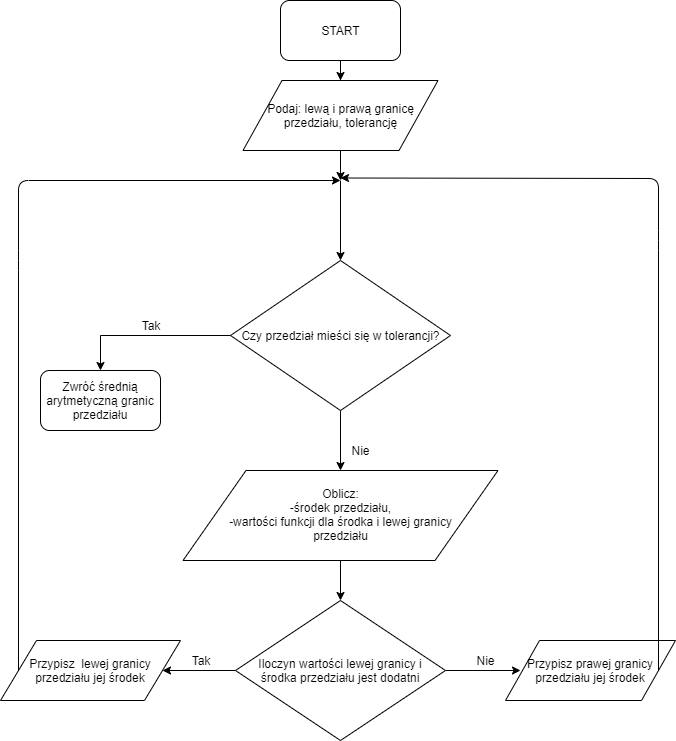
The draw.io diagram Bisekcja.png in finloop/biselect, before a commit. Source tidied: cells renumbered, new cells last; positions are measured from the earlier drawing's top-left corner, leaving out a move shared by most shapes.
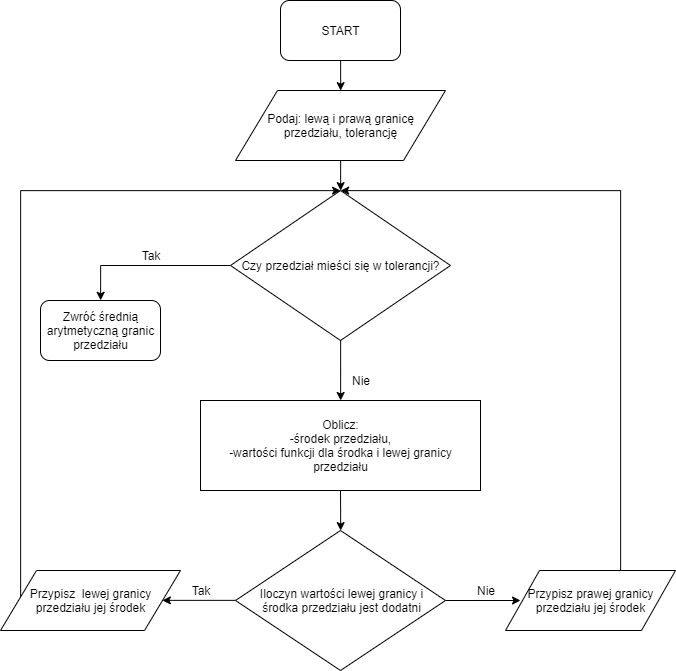
After the commit.

Diff of the diagram source:
```diff
@@ -2,8 +2,10 @@
   <root>
     <mxCell id="0" />
     <mxCell id="1" parent="0" />
-    <mxCell id="2" style="edgeStyle=orthogonalEdgeStyle;rounded=0;jettySize=auto;html=1;" parent="1" edge="1" source="3" target="9">
-      <mxGeometry relative="1" as="geometry" />
+    <mxCell id="2" style="edgeStyle=orthogonalEdgeStyle;rounded=0;jettySize=auto;html=1;" parent="1" edge="1" source="3">
+      <mxGeometry relative="1" as="geometry">
+        <mxPoint x="340.1" y="470" as="targetPoint" />
+      </mxGeometry>
     </mxCell>
     <mxCell id="3" value="Czy przedział mieści się w tolerancji?&lt;br&gt;" style="rhombus;whiteSpace=wrap;html=1;" parent="1" vertex="1">
       <mxGeometry x="230" y="260" width="220" height="150" as="geometry" />
@@ -24,12 +26,11 @@
     <mxCell id="7" value="Nie&lt;br&gt;" style="text;html=1;strokeColor=none;fillColor=none;align=center;verticalAlign=middle;whiteSpace=wrap;rounded=0;" parent="1" vertex="1">
       <mxGeometry x="340" y="440" width="40" height="20" as="geometry" />
     </mxCell>
-    <mxCell id="8" style="edgeStyle=orthogonalEdgeStyle;rounded=0;jettySize=auto;html=1;" parent="1" edge="1" source="9" target="12">
-      <mxGeometry relative="1" as="geometry" />
+    <mxCell id="8" style="edgeStyle=orthogonalEdgeStyle;rounded=0;jettySize=auto;html=1;" parent="1" edge="1" target="12">
+      <mxGeometry relative="1" as="geometry">
+        <mxPoint x="340" y="560" as="sourcePoint" />
+      </mxGeometry>
     </mxCell>
-    <mxCell id="9" value="Oblicz:&lt;br&gt;-środek przedziału,&lt;br&gt;-wartości funkcji dla środka i lewej granicy&lt;br&gt;przedziału" style="shape=parallelogram;perimeter=parallelogramPerimeter;whiteSpace=wrap;html=1;" parent="1" vertex="1">
-      <mxGeometry x="182.5" y="470" width="315" height="90" as="geometry" />
-    </mxCell>
     <mxCell id="10" style="edgeStyle=orthogonalEdgeStyle;rounded=0;jettySize=auto;html=1;entryX=1;entryY=0.5;entryDx=0;entryDy=0;" parent="1" edge="1" source="12" target="15">
       <mxGeometry relative="1" as="geometry" />
     </mxCell>
@@ -47,48 +48,41 @@
     <mxCell id="14" value="Nie" style="text;html=1;strokeColor=none;fillColor=none;align=center;verticalAlign=middle;whiteSpace=wrap;rounded=0;" parent="1" vertex="1">
       <mxGeometry x="465" y="650" width="40" height="20" as="geometry" />
     </mxCell>
+    <mxCell id="24" style="edgeStyle=orthogonalEdgeStyle;rounded=0;jettySize=auto;html=1;" parent="1" edge="1" source="15">
+      <mxGeometry relative="1" as="geometry">
+        <mxPoint x="340" y="260" as="targetPoint" />
+        <Array as="points">
+          <mxPoint x="20" y="260" />
+        </Array>
+      </mxGeometry>
+    </mxCell>
     <mxCell id="15" value="Przypisz&amp;nbsp; lewej granicy przedziału jej środek" style="shape=parallelogram;perimeter=parallelogramPerimeter;whiteSpace=wrap;html=1;" parent="1" vertex="1">
       <mxGeometry y="640" width="180" height="60" as="geometry" />
     </mxCell>
+    <mxCell id="25" style="edgeStyle=orthogonalEdgeStyle;rounded=0;jettySize=auto;html=1;entryX=0.5;entryY=0;entryDx=0;entryDy=0;" parent="1" edge="1" source="16" target="3">
+      <mxGeometry relative="1" as="geometry">
+        <Array as="points">
+          <mxPoint x="620" y="260" />
+        </Array>
+      </mxGeometry>
+    </mxCell>
     <mxCell id="16" value="&lt;span style=&quot;white-space: normal&quot;&gt;Przypisz prawej granicy przedziału jej środek&lt;/span&gt;" style="shape=parallelogram;perimeter=parallelogramPerimeter;whiteSpace=wrap;html=1;" parent="1" vertex="1">
       <mxGeometry x="505" y="640" width="170" height="60" as="geometry" />
     </mxCell>
-    <mxCell id="17" style="endArrow=classic;html=1;exitX=0;exitY=0.5;exitDx=0;exitDy=0;" parent="1" edge="1" source="15">
-      <mxGeometry relative="1" as="geometry">
-        <mxPoint x="340" y="180" as="targetPoint" />
-        <Array as="points">
-          <mxPoint x="18" y="260" />
-          <mxPoint x="18" y="180" />
-        </Array>
-      </mxGeometry>
-    </mxCell>
-    <mxCell id="18" style="endArrow=classic;html=1;entryX=0.5;entryY=0;entryDx=0;entryDy=0;" parent="1" edge="1" target="3">
-      <mxGeometry relative="1" as="geometry">
-        <mxPoint x="340" y="180" as="sourcePoint" />
-      </mxGeometry>
-    </mxCell>
-    <mxCell id="19" style="endArrow=classic;html=1;exitX=1;exitY=0.5;exitDx=0;exitDy=0;" parent="1" edge="1" source="16">
-      <mxGeometry relative="1" as="geometry">
-        <mxPoint x="340" y="177.5" as="targetPoint" />
-        <Array as="points">
-          <mxPoint x="658" y="240" />
-          <mxPoint x="658" y="178" />
-        </Array>
-      </mxGeometry>
-    </mxCell>
     <mxCell id="20" style="edgeStyle=orthogonalEdgeStyle;rounded=0;jettySize=auto;html=1;entryX=0.5;entryY=0;entryDx=0;entryDy=0;" parent="1" edge="1" source="21" target="23">
       <mxGeometry relative="1" as="geometry" />
     </mxCell>
     <mxCell id="21" value="START" style="rounded=1;whiteSpace=wrap;html=1;" parent="1" vertex="1">
-      <mxGeometry x="280" width="120" height="60" as="geometry" />
+      <mxGeometry x="280" y="70" width="120" height="60" as="geometry" />
     </mxCell>
-    <mxCell id="22" style="edgeStyle=orthogonalEdgeStyle;rounded=0;jettySize=auto;html=1;" parent="1" edge="1" source="23">
-      <mxGeometry relative="1" as="geometry">
-        <mxPoint x="340" y="180" as="targetPoint" />
-      </mxGeometry>
-    </mxCell>
+    <mxCell id="26" style="edgeStyle=orthogonalEdgeStyle;rounded=0;jettySize=auto;html=1;entryX=0.5;entryY=0;entryDx=0;entryDy=0;" parent="1" edge="1" source="23" target="3">
+      <mxGeometry relative="1" as="geometry" />
+    </mxCell>
     <mxCell id="23" value="Podaj: lewą i prawą granicę przedziału, tolerancję" style="shape=parallelogram;perimeter=parallelogramPerimeter;whiteSpace=wrap;html=1;" parent="1" vertex="1">
-      <mxGeometry x="242.5" y="80" width="195" height="70" as="geometry" />
+      <mxGeometry x="235" y="160" width="210" height="70" as="geometry" />
     </mxCell>
+    <mxCell id="9" value="&lt;span style=&quot;white-space: normal&quot;&gt;Oblicz:&lt;/span&gt;&lt;br style=&quot;white-space: normal&quot;&gt;&lt;span style=&quot;white-space: normal&quot;&gt;-środek przedziału,&lt;/span&gt;&lt;br style=&quot;white-space: normal&quot;&gt;&lt;span style=&quot;white-space: normal&quot;&gt;-wartości funkcji dla środka i lewej granicy&lt;/span&gt;&lt;br style=&quot;white-space: normal&quot;&gt;&lt;span style=&quot;white-space: normal&quot;&gt;przedziału&lt;/span&gt;" style="rounded=0;whiteSpace=wrap;html=1;" parent="1" vertex="1">
+      <mxGeometry x="200" y="470" width="280" height="90" as="geometry" />
+    </mxCell>
   </root>
 </mxGraphModel>
```
